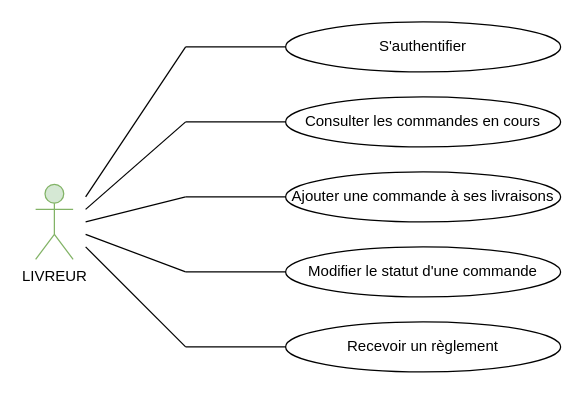
The draw.io diagram Livreur.drawio in OMorlotti/P4-analyser-les-besoin-de-mon-client-pour-son-groupe-de-pizzerias, before the edit. Source tidied: cells renumbered, new cells numbered last; positions are measured from the earlier drawing's top-left corner, leaving out a move shared by most shapes. Both pictures are drawn from the tidied source at 125%, with x=0, y=0 at pixel (35, 21).
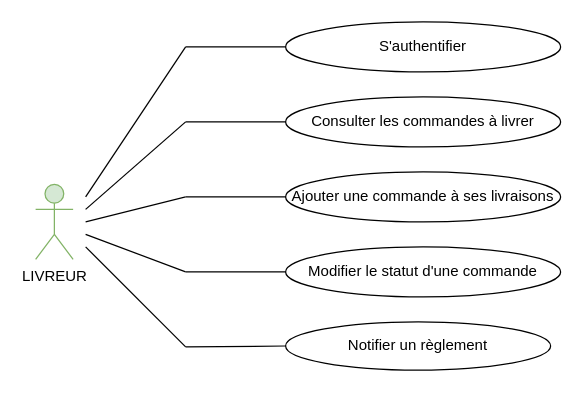
The same diagram, later.

What changed in the source:
```diff
@@
-    <mxCell id="6" value="Consulter les commandes en cours" style="ellipse;whiteSpace=wrap;html=1;" parent="1" vertex="1">
+    <mxCell id="6" value="Consulter les commandes à livrer" style="ellipse;whiteSpace=wrap;html=1;" parent="1" vertex="1">
       <mxGeometry x="200" y="60" width="220" height="40" as="geometry" />
     </mxCell>
@@
-    <mxCell id="10" value="Recevoir un règlement" style="ellipse;whiteSpace=wrap;html=1;" parent="1" vertex="1">
-      <mxGeometry x="200" y="240" width="220" height="40" as="geometry" />
+    <mxCell id="10" value="Notifier un règlement" style="ellipse;whiteSpace=wrap;html=1;" parent="1" vertex="1">
+      <mxGeometry x="200" y="240" width="212" height="38.6" as="geometry" />
     </mxCell>
```
